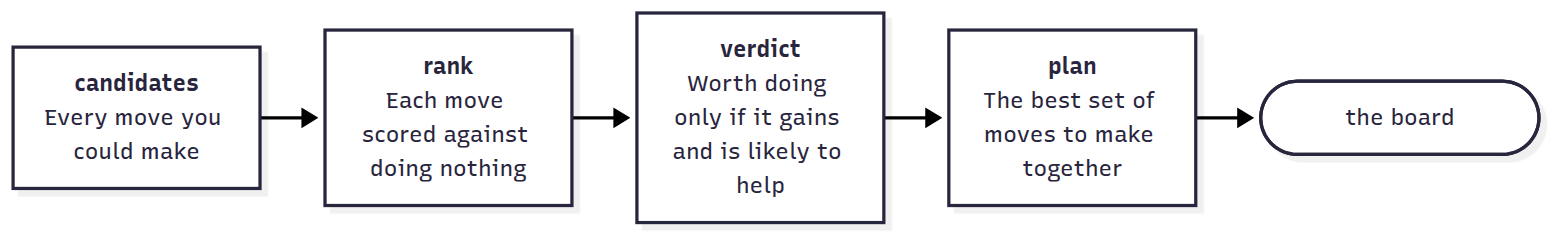
Above: docs/funnel.png in OrsM/liga_five_guys (Mermaid), before the change. Its source is kept beside it as docs/funnel.mmd.
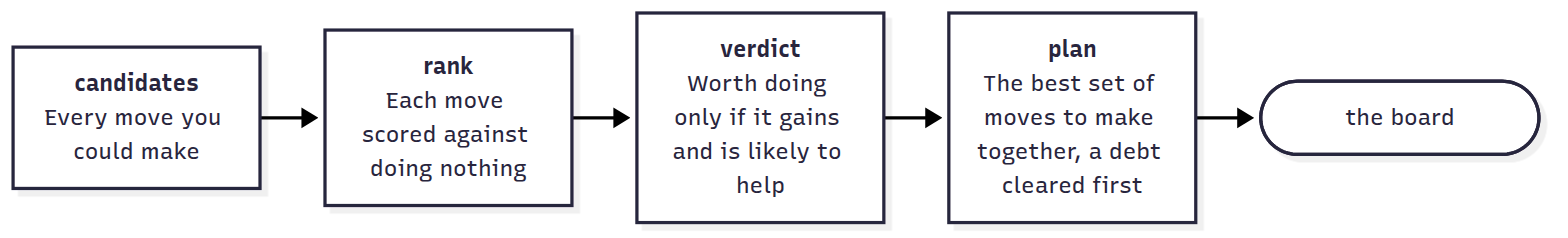
Later version of the same file.

Commit message:
Clear a debt before the lock: the plan sells first

The edit, as a diff of the source:
```diff
@@ -4,6 +4,6 @@
     s0 --> s1
     s2["<b>verdict</b><br/>Worth doing only if it gains and is likely to help"]
     s1 --> s2
-    s3["<b>plan</b><br/>The best set of moves to make together"]
+    s3["<b>plan</b><br/>The best set of moves to make together, a debt cleared first"]
     s2 --> s3
     s3 --> board(["the board"])
```
